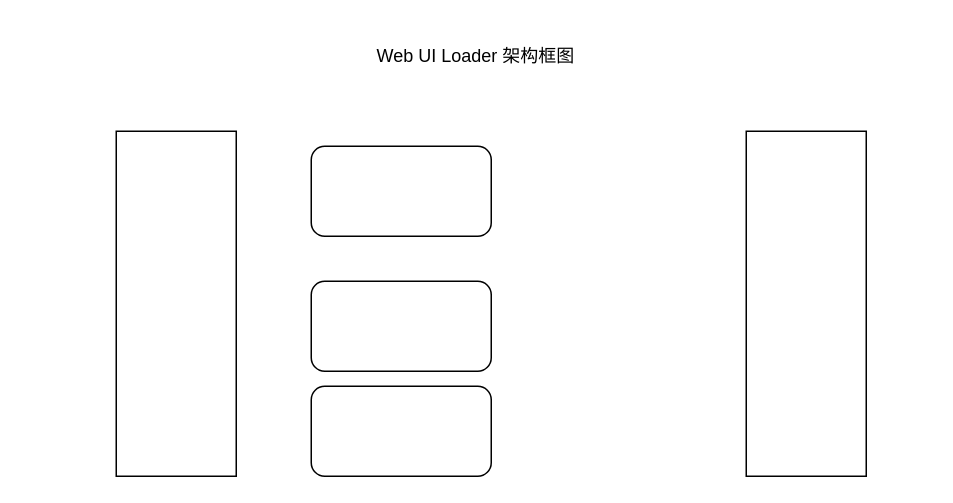
Above: project01/Untitled Diagram.drawio in wilson9898/firstgitproject (draw.io), before the change. Source tidied: cells renumbered, new cells numbered last; positions are measured from the earlier drawing's top-left corner, leaving out a move shared by most shapes. Both pictures are drawn from the tidied source at 150%, with x=0, y=0 at pixel (116, 26).
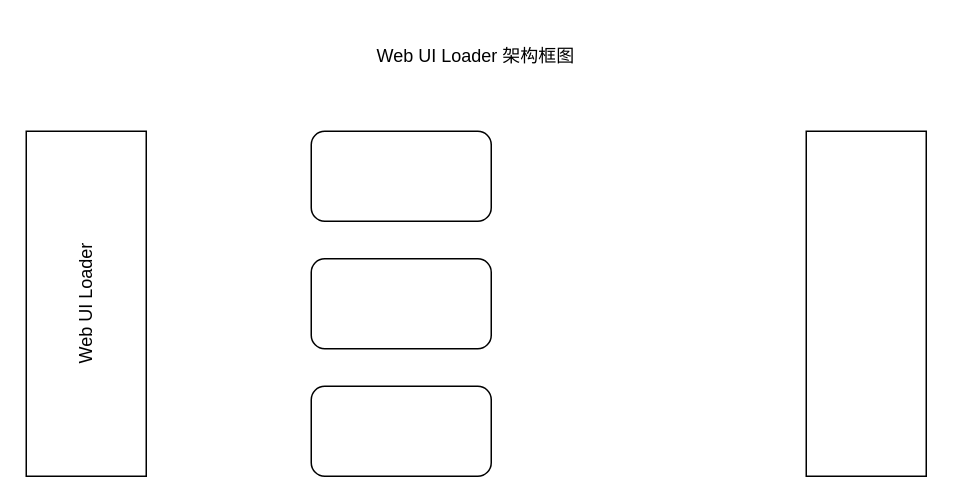
The same diagram, later.

Commit message:
系统架构图.drawio

Change to the diagram source:
```diff
@@
 <mxGraphModel>
   <root>
     <mxCell id="0" />
     <mxCell id="1" parent="0" />
-    <mxCell id="2" style="rounded=0;whiteSpace=wrap;html=1;" parent="1" vertex="1">
-      <mxGeometry y="70" width="80" height="230" as="geometry" />
+    <mxCell id="2" value="Web UI Loader" style="rounded=0;whiteSpace=wrap;html=1;horizontal=0;" parent="1" vertex="1">
+      <mxGeometry x="-60" y="70" width="80" height="230" as="geometry" />
     </mxCell>
     <mxCell id="3" style="rounded=1;whiteSpace=wrap;html=1;" parent="1" vertex="1">
-      <mxGeometry x="130" y="80" width="120" height="60" as="geometry" />
+      <mxGeometry x="130" y="70" width="120" height="60" as="geometry" />
     </mxCell>
     <mxCell id="4" style="rounded=1;whiteSpace=wrap;html=1;" parent="1" vertex="1">
-      <mxGeometry x="130" y="170" width="120" height="60" as="geometry" />
+      <mxGeometry x="130" y="155" width="120" height="60" as="geometry" />
     </mxCell>
     <mxCell id="5" style="rounded=1;whiteSpace=wrap;html=1;" parent="1" vertex="1">
       <mxGeometry x="130" y="240" width="120" height="60" as="geometry" />
     </mxCell>
     <mxCell id="6" style="rounded=0;whiteSpace=wrap;html=1;" parent="1" vertex="1">
-      <mxGeometry x="420" y="70" width="80" height="230" as="geometry" />
+      <mxGeometry x="460" y="70" width="80" height="230" as="geometry" />
     </mxCell>
     <mxCell id="7" value="&lt;div&gt;Web UI Loader 架构框图&lt;/div&gt;" style="text;html=1;strokeColor=none;fillColor=none;align=center;verticalAlign=middle;whiteSpace=wrap;rounded=0;" parent="1" vertex="1">
       <mxGeometry x="160" width="160" height="40" as="geometry" />
     </mxCell>
   </root>
 </mxGraphModel>
```
